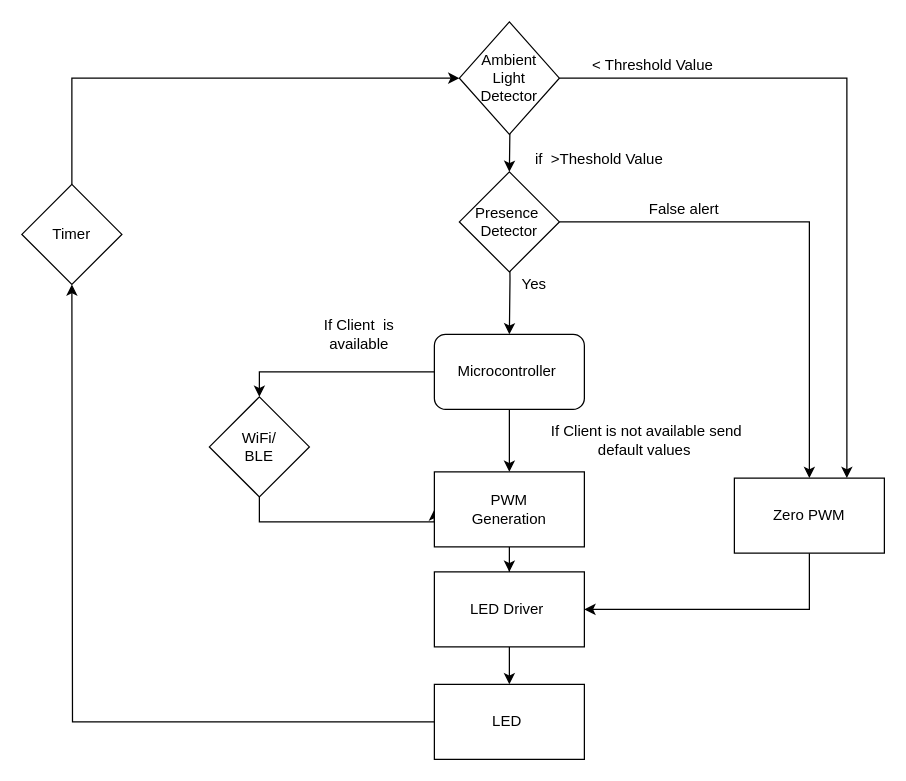
This is Untitled Diagram.drawio from Tanmaymundra/vhdl, a draw.io file, before an edit. Source tidied: cells renumbered, new cells numbered last; positions are measured from the earlier drawing's top-left corner, leaving out a move shared by most shapes. Both pictures are drawn from the tidied source at 125%, with x=0, y=0 at pixel (21, 21).
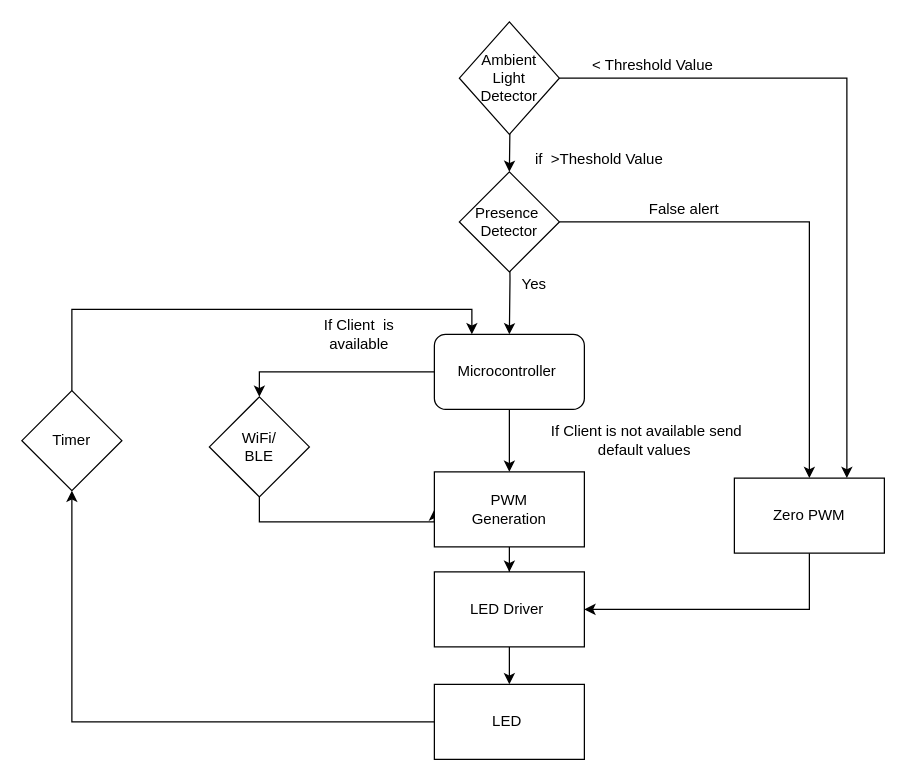
After the change.

Unchanged cells that the change refers to:
```xml
<mxCell id="6" value="Microcontroller&amp;nbsp;" style="rounded=1;whiteSpace=wrap;html=1;" parent="1" vertex="1">
  <mxGeometry x="330" y="250" width="120" height="60" as="geometry" />
</mxCell>
<mxCell id="10" value="&lt;span style=&quot;white-space: normal&quot;&gt;Ambient &lt;br&gt;Light&lt;/span&gt;&lt;br style=&quot;white-space: normal&quot;&gt;&lt;span style=&quot;white-space: normal&quot;&gt;Detector&lt;/span&gt;" style="rhombus;whiteSpace=wrap;html=1;" parent="1" vertex="1">
  <mxGeometry x="350" width="80" height="90" as="geometry" />
</mxCell>
<mxCell id="22" value="LED&amp;nbsp;" style="rounded=0;whiteSpace=wrap;html=1;" parent="1" vertex="1">
  <mxGeometry x="330" y="530" width="120" height="60" as="geometry" />
</mxCell>
```

What changed in the source:
```diff
@@
-    <mxCell id="21" style="edgeStyle=orthogonalEdgeStyle;rounded=0;jettySize=auto;html=1;" parent="1" edge="1" source="22">
-      <mxGeometry relative="1" as="geometry">
-        <mxPoint x="40" y="210" as="targetPoint" />
-      </mxGeometry>
-    </mxCell>
@@
-    <mxCell id="27" style="edgeStyle=orthogonalEdgeStyle;rounded=0;jettySize=auto;html=1;entryX=0;entryY=0.5;entryDx=0;entryDy=0;" parent="1" edge="1" source="28" target="10">
-      <mxGeometry relative="1" as="geometry">
-        <Array as="points">
-          <mxPoint x="40" y="45" />
-        </Array>
-      </mxGeometry>
-    </mxCell>
+    <mxCell id="29" style="edgeStyle=orthogonalEdgeStyle;rounded=0;jettySize=auto;html=1;entryX=0.25;entryY=0;entryDx=0;entryDy=0;" parent="1" edge="1" source="28" target="6">
+      <mxGeometry relative="1" as="geometry">
+        <Array as="points">
+          <mxPoint x="40" y="230" />
+          <mxPoint x="360" y="230" />
+        </Array>
+      </mxGeometry>
+    </mxCell>
     <mxCell id="28" value="Timer" style="rhombus;whiteSpace=wrap;html=1;" parent="1" vertex="1">
-      <mxGeometry y="130" width="80" height="80" as="geometry" />
+      <mxGeometry y="295" width="80" height="80" as="geometry" />
     </mxCell>
+    <mxCell id="30" style="edgeStyle=orthogonalEdgeStyle;rounded=0;jettySize=auto;html=1;" parent="1" edge="1" source="22" target="28">
+      <mxGeometry relative="1" as="geometry" />
+    </mxCell>
```
